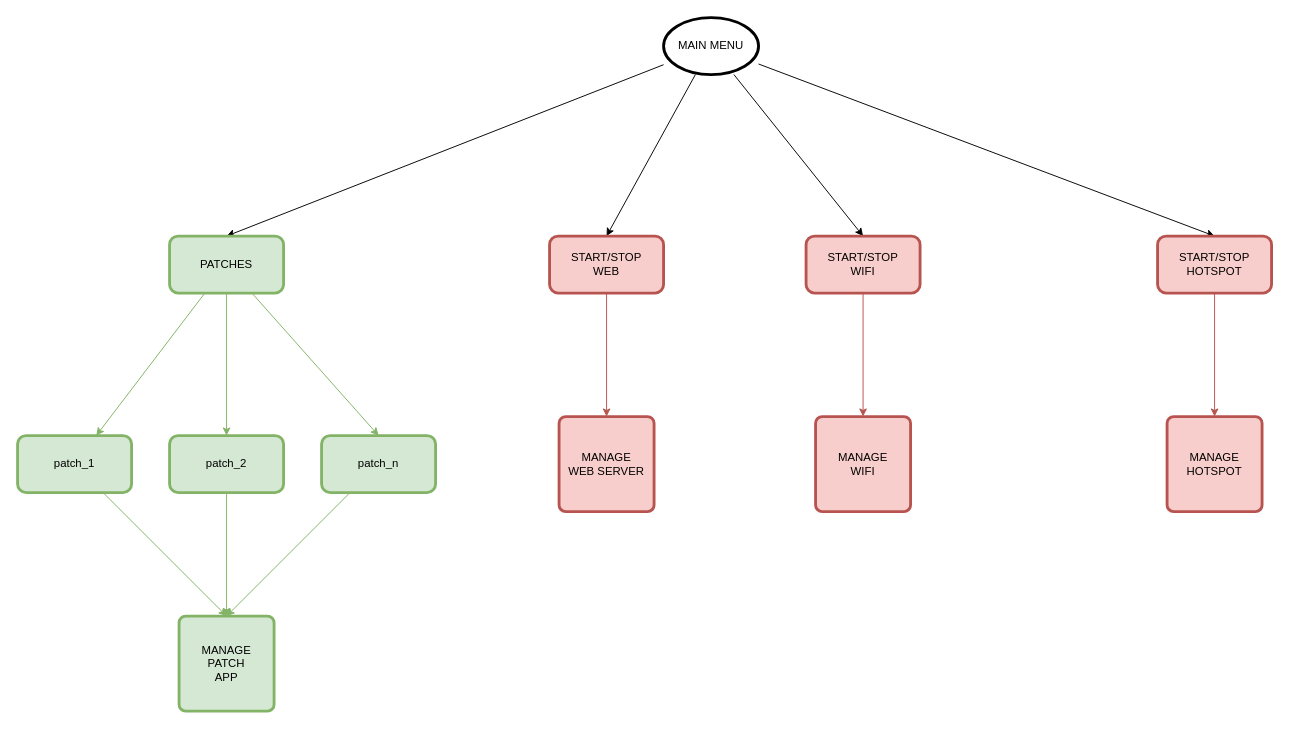
The draw.io diagram page "Pagina-2" (2 of 2) of schema.drawio in leminrock/ssd1306, before the edit. Source tidied: cells renumbered, new cells numbered last; positions are measured from the earlier drawing's top-left corner, leaving out a move shared by most shapes. Both pictures are drawn from the tidied source at 95%, with x=0, y=0 at pixel (17, 17).
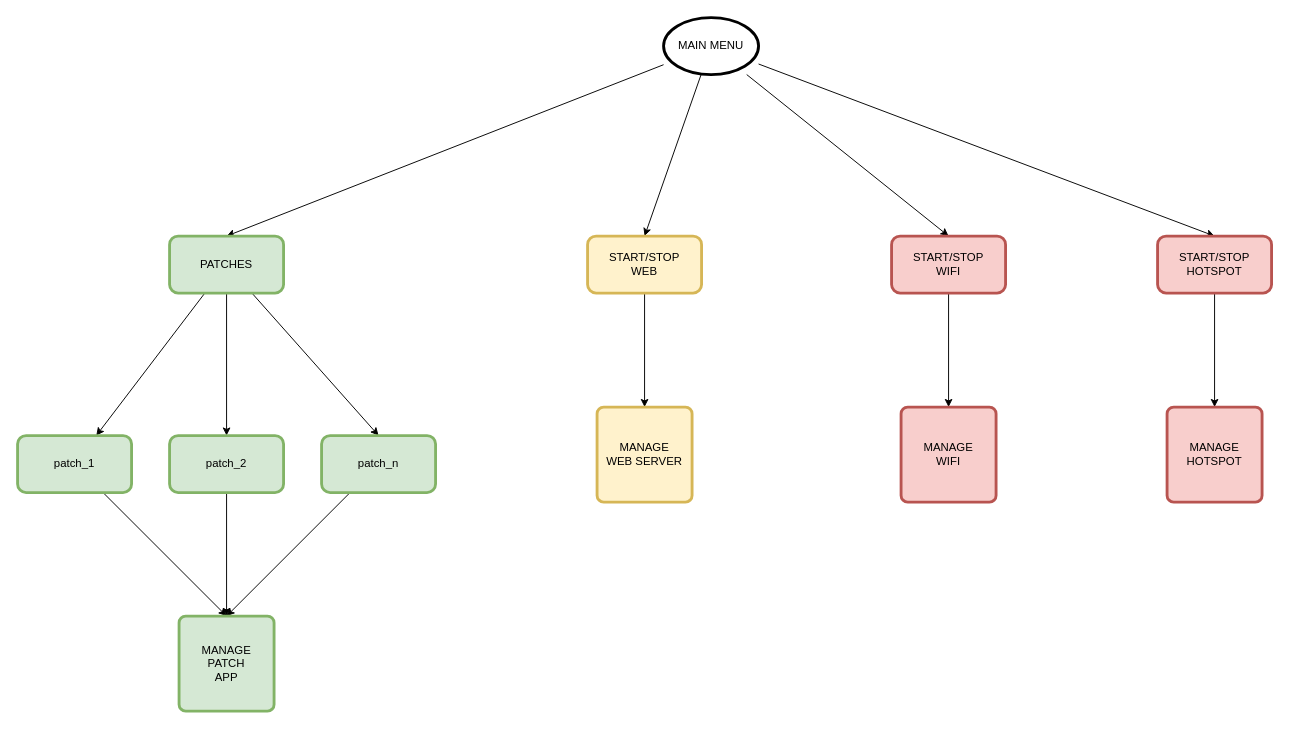
The same page after the edit.

The change refers to these unchanged cells:
```xml
<mxCell id="10" value="PATCHES" style="rounded=1;whiteSpace=wrap;html=1;strokeWidth=3;fillColor=#d5e8d4;strokeColor=#82b366;" parent="1" vertex="1">
  <mxGeometry x="160" y="230" width="120" height="60" as="geometry" />
</mxCell>
<mxCell id="16" value="START/STOP&lt;br&gt;HOTSPOT" style="rounded=1;whiteSpace=wrap;html=1;strokeWidth=3;fillColor=#f8cecc;strokeColor=#b85450;" parent="1" vertex="1">
  <mxGeometry x="1200" y="230" width="120" height="60" as="geometry" />
</mxCell>
<mxCell id="18" value="patch_1" style="rounded=1;whiteSpace=wrap;html=1;strokeWidth=3;fillColor=#d5e8d4;strokeColor=#82b366;" parent="1" vertex="1">
  <mxGeometry y="440" width="120" height="60" as="geometry" />
</mxCell>
<mxCell id="20" value="patch_2" style="rounded=1;whiteSpace=wrap;html=1;strokeWidth=3;fillColor=#d5e8d4;strokeColor=#82b366;" parent="1" vertex="1">
  <mxGeometry x="160" y="440" width="120" height="60" as="geometry" />
</mxCell>
<mxCell id="22" value="patch_n" style="rounded=1;whiteSpace=wrap;html=1;strokeWidth=3;fillColor=#d5e8d4;strokeColor=#82b366;" parent="1" vertex="1">
  <mxGeometry x="320" y="440" width="120" height="60" as="geometry" />
</mxCell>
<mxCell id="23" value="MANAGE&lt;br&gt;PATCH&lt;br&gt;APP" style="rounded=1;whiteSpace=wrap;html=1;absoluteArcSize=1;arcSize=14;strokeWidth=3;fillColor=#d5e8d4;strokeColor=#82b366;" parent="1" vertex="1">
  <mxGeometry x="170" y="630" width="100" height="100" as="geometry" />
</mxCell>
```

Change to the diagram source:
```diff
@@
-    <mxCell id="7" style="edgeStyle=none;rounded=0;jettySize=auto;html=1;fillColor=#d5e8d4;strokeColor=#82b366;" parent="1" edge="1" source="10" target="18">
+    <mxCell id="7" style="edgeStyle=none;rounded=0;jettySize=auto;html=1;fillColor=#d5e8d4;strokeColor=#000000;" parent="1" edge="1" source="10" target="18">
       <mxGeometry relative="1" as="geometry" />
     </mxCell>
-    <mxCell id="8" style="edgeStyle=none;rounded=0;jettySize=auto;html=1;entryX=0.5;entryY=0;entryDx=0;entryDy=0;fillColor=#d5e8d4;strokeColor=#82b366;" parent="1" edge="1" source="10" target="20">
+    <mxCell id="8" style="edgeStyle=none;rounded=0;jettySize=auto;html=1;entryX=0.5;entryY=0;entryDx=0;entryDy=0;fillColor=#d5e8d4;strokeColor=#000000;" parent="1" edge="1" source="10" target="20">
       <mxGeometry relative="1" as="geometry" />
     </mxCell>
-    <mxCell id="9" style="edgeStyle=none;rounded=0;jettySize=auto;html=1;entryX=0.5;entryY=0;entryDx=0;entryDy=0;fillColor=#d5e8d4;strokeColor=#82b366;" parent="1" edge="1" source="10" target="22">
+    <mxCell id="9" style="edgeStyle=none;rounded=0;jettySize=auto;html=1;entryX=0.5;entryY=0;entryDx=0;entryDy=0;fillColor=#d5e8d4;strokeColor=#000000;" parent="1" edge="1" source="10" target="22">
       <mxGeometry relative="1" as="geometry" />
     </mxCell>
@@
-    <mxCell id="11" style="edgeStyle=none;rounded=0;jettySize=auto;html=1;entryX=0.5;entryY=0;entryDx=0;entryDy=0;fillColor=#f8cecc;strokeColor=#b85450;" parent="1" edge="1" source="12" target="24">
+    <mxCell id="11" style="edgeStyle=none;rounded=0;jettySize=auto;html=1;entryX=0.5;entryY=0;entryDx=0;entryDy=0;fillColor=#f8cecc;strokeColor=#000000;" parent="1" edge="1" source="12" target="24">
       <mxGeometry relative="1" as="geometry" />
     </mxCell>
-    <mxCell id="12" value="START/STOP&lt;br&gt;WEB" style="rounded=1;whiteSpace=wrap;html=1;strokeWidth=3;fillColor=#f8cecc;strokeColor=#b85450;" parent="1" vertex="1">
-      <mxGeometry x="560" y="230" width="120" height="60" as="geometry" />
+    <mxCell id="12" value="START/STOP&lt;br&gt;WEB" style="rounded=1;whiteSpace=wrap;html=1;strokeWidth=3;fillColor=#fff2cc;strokeColor=#d6b656;" parent="1" vertex="1">
+      <mxGeometry x="600" y="230" width="120" height="60" as="geometry" />
     </mxCell>
-    <mxCell id="13" style="edgeStyle=none;rounded=0;jettySize=auto;html=1;entryX=0.5;entryY=0;entryDx=0;entryDy=0;fillColor=#f8cecc;strokeColor=#b85450;" parent="1" edge="1" source="14" target="25">
+    <mxCell id="13" style="edgeStyle=none;rounded=0;jettySize=auto;html=1;entryX=0.5;entryY=0;entryDx=0;entryDy=0;fillColor=#f8cecc;strokeColor=#000000;" parent="1" edge="1" source="14" target="25">
       <mxGeometry relative="1" as="geometry" />
     </mxCell>
     <mxCell id="14" value="START/STOP&lt;br&gt;WIFI" style="rounded=1;whiteSpace=wrap;html=1;strokeWidth=3;fillColor=#f8cecc;strokeColor=#b85450;" parent="1" vertex="1">
-      <mxGeometry x="830" y="230" width="120" height="60" as="geometry" />
+      <mxGeometry x="920" y="230" width="120" height="60" as="geometry" />
     </mxCell>
-    <mxCell id="15" style="edgeStyle=none;rounded=0;jettySize=auto;html=1;fillColor=#f8cecc;strokeColor=#b85450;" parent="1" edge="1" source="16" target="26">
+    <mxCell id="15" style="edgeStyle=none;rounded=0;jettySize=auto;html=1;fillColor=#f8cecc;strokeColor=#000000;" parent="1" edge="1" source="16" target="26">
       <mxGeometry relative="1" as="geometry" />
     </mxCell>
@@
-    <mxCell id="17" style="edgeStyle=none;rounded=0;jettySize=auto;html=1;entryX=0.5;entryY=0;entryDx=0;entryDy=0;fillColor=#d5e8d4;strokeColor=#82b366;" parent="1" edge="1" source="18" target="23">
+    <mxCell id="17" style="edgeStyle=none;rounded=0;jettySize=auto;html=1;entryX=0.5;entryY=0;entryDx=0;entryDy=0;fillColor=#d5e8d4;strokeColor=#000000;" parent="1" edge="1" source="18" target="23">
       <mxGeometry relative="1" as="geometry" />
     </mxCell>
@@
-    <mxCell id="19" style="edgeStyle=none;rounded=0;jettySize=auto;html=1;entryX=0.5;entryY=0;entryDx=0;entryDy=0;fillColor=#d5e8d4;strokeColor=#82b366;" parent="1" edge="1" source="20" target="23">
+    <mxCell id="19" style="edgeStyle=none;rounded=0;jettySize=auto;html=1;entryX=0.5;entryY=0;entryDx=0;entryDy=0;fillColor=#d5e8d4;strokeColor=#000000;" parent="1" edge="1" source="20" target="23">
       <mxGeometry relative="1" as="geometry" />
     </mxCell>
@@
-    <mxCell id="21" style="edgeStyle=none;rounded=0;jettySize=auto;html=1;entryX=0.5;entryY=0;entryDx=0;entryDy=0;fillColor=#d5e8d4;strokeColor=#82b366;" parent="1" edge="1" source="22" target="23">
+    <mxCell id="21" style="edgeStyle=none;rounded=0;jettySize=auto;html=1;entryX=0.5;entryY=0;entryDx=0;entryDy=0;fillColor=#d5e8d4;strokeColor=#000000;" parent="1" edge="1" source="22" target="23">
       <mxGeometry relative="1" as="geometry" />
     </mxCell>
@@
-    <mxCell id="24" value="MANAGE&lt;br&gt;WEB SERVER" style="rounded=1;whiteSpace=wrap;html=1;absoluteArcSize=1;arcSize=14;strokeWidth=3;fillColor=#f8cecc;strokeColor=#b85450;" parent="1" vertex="1">
-      <mxGeometry x="570" y="420" width="100" height="100" as="geometry" />
+    <mxCell id="24" value="MANAGE&lt;br&gt;WEB SERVER" style="rounded=1;whiteSpace=wrap;html=1;absoluteArcSize=1;arcSize=14;strokeWidth=3;fillColor=#fff2cc;strokeColor=#d6b656;" parent="1" vertex="1">
+      <mxGeometry x="610" y="410" width="100" height="100" as="geometry" />
     </mxCell>
     <mxCell id="25" value="MANAGE&lt;br&gt;WIFI" style="rounded=1;whiteSpace=wrap;html=1;absoluteArcSize=1;arcSize=14;strokeWidth=3;fillColor=#f8cecc;strokeColor=#b85450;" parent="1" vertex="1">
-      <mxGeometry x="840" y="420" width="100" height="100" as="geometry" />
+      <mxGeometry x="930" y="410" width="100" height="100" as="geometry" />
     </mxCell>
     <mxCell id="26" value="MANAGE&lt;br&gt;HOTSPOT" style="rounded=1;whiteSpace=wrap;html=1;absoluteArcSize=1;arcSize=14;strokeWidth=3;fillColor=#f8cecc;strokeColor=#b85450;" parent="1" vertex="1">
-      <mxGeometry x="1210" y="420" width="100" height="100" as="geometry" />
+      <mxGeometry x="1210" y="410" width="100" height="100" as="geometry" />
     </mxCell>
```
